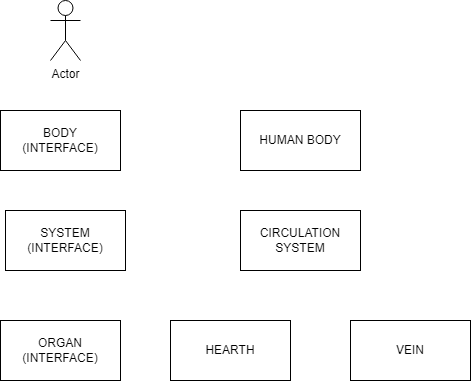
Before: Başlıksız Diyagram.drawio.png, a diagram exported from draw.io (mahmutcelik0/DIAGRAMS). Source tidied: cells renumbered, new cells last; positions are measured from the earlier drawing's top-left corner, leaving out a move shared by most shapes. Source of this version:
```xml
<mxGraphModel>
  <root>
    <mxCell id="0" />
    <mxCell id="1" parent="0" />
    <mxCell id="2" value="Actor" style="shape=umlActor;verticalLabelPosition=bottom;verticalAlign=top;html=1;" parent="1" vertex="1">
      <mxGeometry x="50" width="30" height="60" as="geometry" />
    </mxCell>
    <mxCell id="3" value="SYSTEM&lt;br&gt;(INTERFACE)" style="rounded=0;whiteSpace=wrap;html=1;" parent="1" vertex="1">
      <mxGeometry x="5" y="210" width="120" height="60" as="geometry" />
    </mxCell>
    <mxCell id="4" value="ORGAN&lt;br&gt;(INTERFACE)" style="rounded=0;whiteSpace=wrap;html=1;" parent="1" vertex="1">
      <mxGeometry y="320" width="120" height="60" as="geometry" />
    </mxCell>
    <mxCell id="5" value="BODY&lt;br&gt;(INTERFACE)" style="rounded=0;whiteSpace=wrap;html=1;" parent="1" vertex="1">
      <mxGeometry y="110" width="120" height="60" as="geometry" />
    </mxCell>
    <mxCell id="6" value="HUMAN BODY" style="rounded=0;whiteSpace=wrap;html=1;" parent="1" vertex="1">
      <mxGeometry x="240" y="110" width="120" height="60" as="geometry" />
    </mxCell>
    <mxCell id="7" value="CIRCULATION SYSTEM" style="rounded=0;whiteSpace=wrap;html=1;" parent="1" vertex="1">
      <mxGeometry x="240" y="210" width="120" height="60" as="geometry" />
    </mxCell>
    <mxCell id="8" value="HEARTH" style="rounded=0;whiteSpace=wrap;html=1;" parent="1" vertex="1">
      <mxGeometry x="170" y="320" width="120" height="60" as="geometry" />
    </mxCell>
    <mxCell id="9" value="VEIN" style="rounded=0;whiteSpace=wrap;html=1;" parent="1" vertex="1">
      <mxGeometry x="350" y="320" width="120" height="60" as="geometry" />
    </mxCell>
  </root>
</mxGraphModel>
```
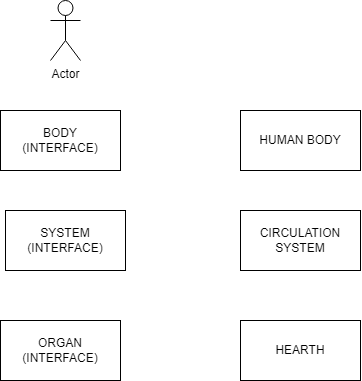
After the commit.

What changed in the source:
```diff
@@ -21,10 +21,7 @@
       <mxGeometry x="240" y="210" width="120" height="60" as="geometry" />
     </mxCell>
     <mxCell id="8" value="HEARTH" style="rounded=0;whiteSpace=wrap;html=1;" parent="1" vertex="1">
-      <mxGeometry x="170" y="320" width="120" height="60" as="geometry" />
+      <mxGeometry x="240" y="320" width="120" height="60" as="geometry" />
     </mxCell>
-    <mxCell id="9" value="VEIN" style="rounded=0;whiteSpace=wrap;html=1;" parent="1" vertex="1">
-      <mxGeometry x="350" y="320" width="120" height="60" as="geometry" />
-    </mxCell>
   </root>
 </mxGraphModel>
```
